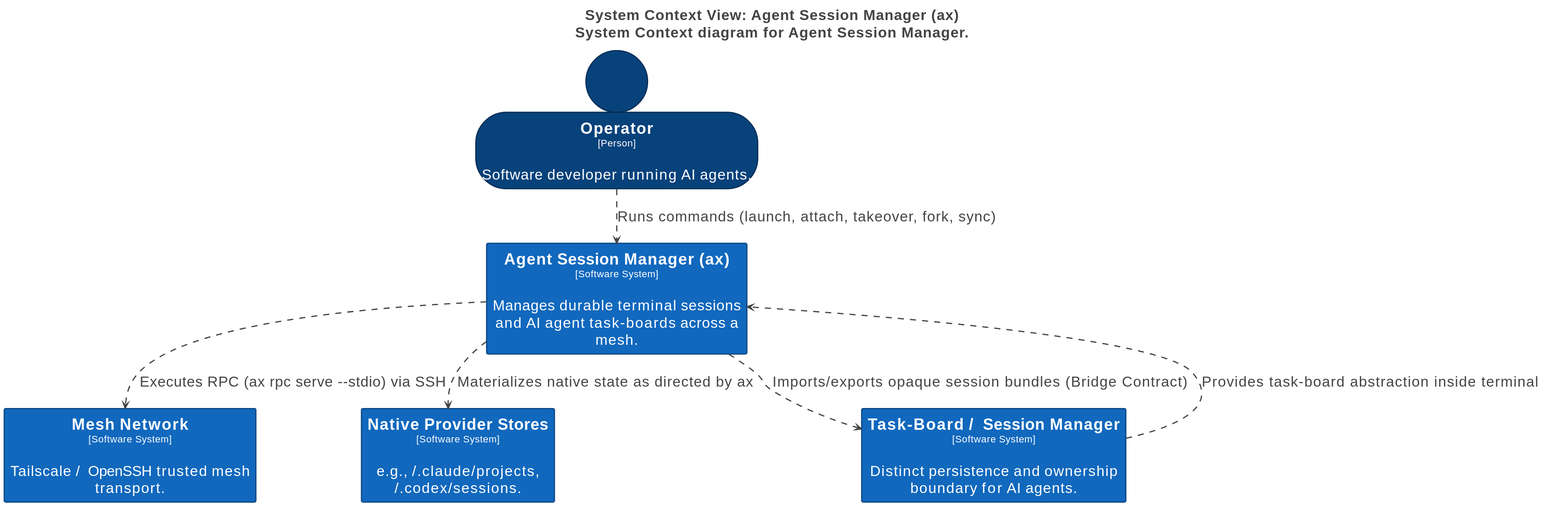
The PlantUML diagram diagrams/artefacts/structurizr-SystemContext.svg in relux-works/agent-session-manager-spec, before a commit.
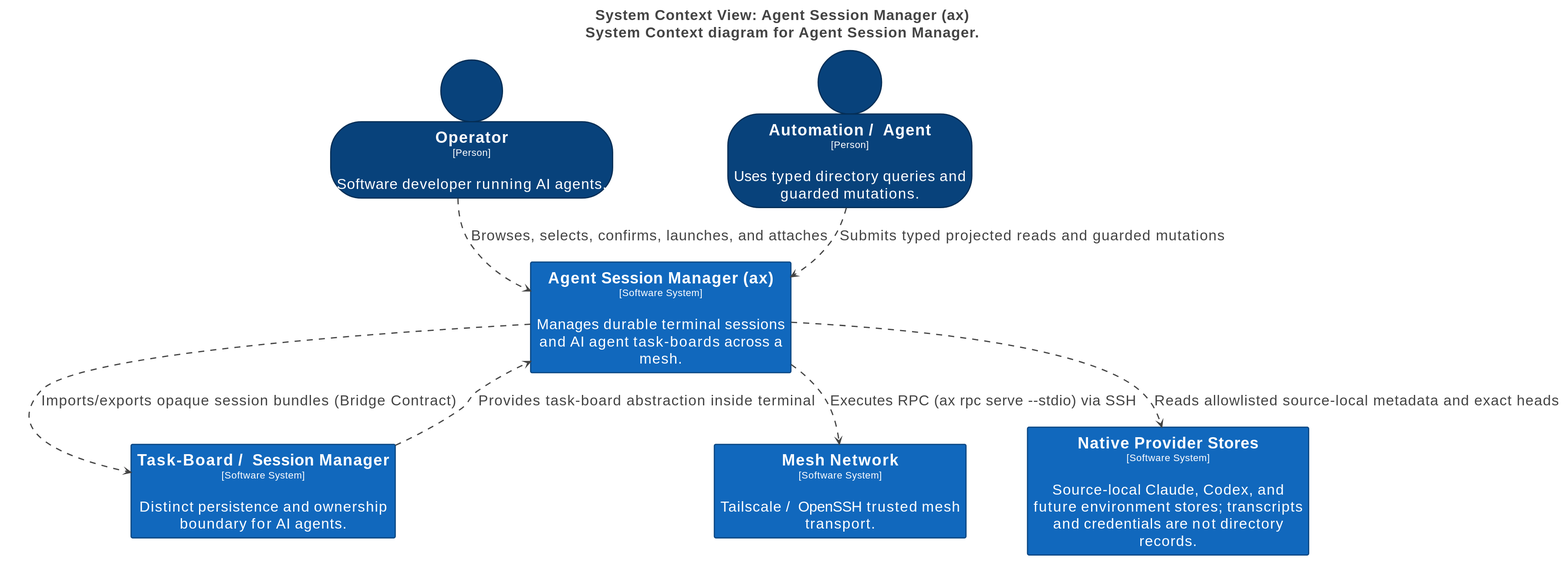
Later version of the same file.

Change to the diagram source:
```diff
@@ -47,14 +47,16 @@
 </style>
 
 person "==Operator\n<size:16>[Person]</size>\n\nSoftware developer running AI agents." <<Element-RWxlbWVudCxQZXJzb24=>> as Operator
+rectangle "==Task-Board / Session Manager\n<size:16>[Software System]</size>\n\nDistinct persistence and ownership boundary for AI agents." <<Element-RWxlbWVudCxTb2Z0d2FyZSBTeXN0ZW0=>> as TaskBoardSessionManager
+person "==Automation / Agent\n<size:16>[Person]</size>\n\nUses typed directory queries and guarded mutations." <<Element-RWxlbWVudCxQZXJzb24=>> as AutomationAgent
 rectangle "==Mesh Network\n<size:16>[Software System]</size>\n\nTailscale / OpenSSH trusted mesh transport." <<Element-RWxlbWVudCxTb2Z0d2FyZSBTeXN0ZW0=>> as MeshNetwork
-rectangle "==Native Provider Stores\n<size:16>[Software System]</size>\n\ne.g., ~/.claude/projects, ~/.codex/sessions." <<Element-RWxlbWVudCxTb2Z0d2FyZSBTeXN0ZW0=>> as NativeProviderStores
+rectangle "==Native Provider Stores\n<size:16>[Software System]</size>\n\nSource-local Claude, Codex, and future environment stores; transcripts and credentials are not directory records." <<Element-RWxlbWVudCxTb2Z0d2FyZSBTeXN0ZW0=>> as NativeProviderStores
 rectangle "==Agent Session Manager (ax)\n<size:16>[Software System]</size>\n\nManages durable terminal sessions and AI agent task-boards across a mesh." <<Element-RWxlbWVudCxTb2Z0d2FyZSBTeXN0ZW0=>> as AgentSessionManagerax
-rectangle "==Task-Board / Session Manager\n<size:16>[Software System]</size>\n\nDistinct persistence and ownership boundary for AI agents." <<Element-RWxlbWVudCxTb2Z0d2FyZSBTeXN0ZW0=>> as TaskBoardSessionManager
 
-Operator --> AgentSessionManagerax <<Relationship-UmVsYXRpb25zaGlw>> : "Runs commands (launch, attach, takeover, fork, sync)"
+Operator --> AgentSessionManagerax <<Relationship-UmVsYXRpb25zaGlw>> : "Browses, selects, confirms, launches, and attaches"
+AutomationAgent --> AgentSessionManagerax <<Relationship-UmVsYXRpb25zaGlw>> : "Submits typed projected reads and guarded mutations"
+AgentSessionManagerax --> NativeProviderStores <<Relationship-UmVsYXRpb25zaGlw>> : "Reads allowlisted source-local metadata and exact heads"
 TaskBoardSessionManager --> AgentSessionManagerax <<Relationship-UmVsYXRpb25zaGlw>> : "Provides task-board abstraction inside terminal"
 AgentSessionManagerax --> TaskBoardSessionManager <<Relationship-UmVsYXRpb25zaGlw>> : "Imports/exports opaque session bundles (Bridge Contract)"
-AgentSessionManagerax --> NativeProviderStores <<Relationship-UmVsYXRpb25zaGlw>> : "Materializes native state as directed by ax"
 AgentSessionManagerax --> MeshNetwork <<Relationship-UmVsYXRpb25zaGlw>> : "Executes RPC (ax rpc serve --stdio) via SSH"
 @enduml
```
